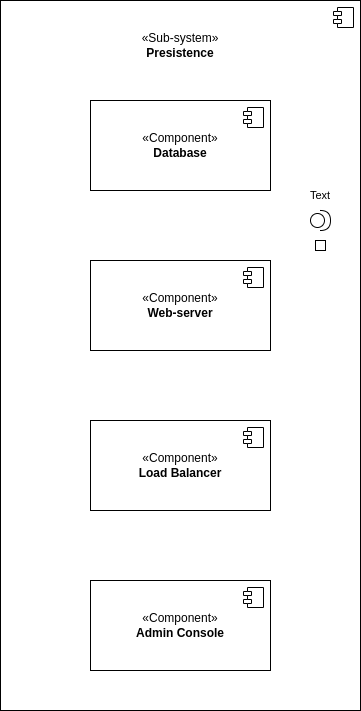
Above: fen/y3/code/2dt902/labs/proj/img/sub-system1.drawio.png in TheFirstFen/lnu (draw.io), before the change. Source tidied: cells renumbered, new cells last; positions are measured from the earlier drawing's top-left corner, leaving out a move shared by most shapes.
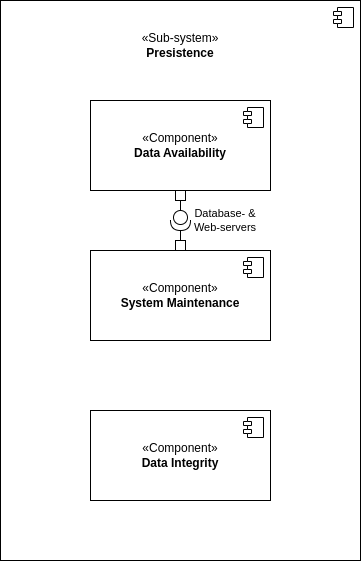
Above is the later version.

Commit message:
working on 2dt902 proj report

What changed in the source:
```diff
@@ -3,7 +3,7 @@
     <mxCell id="0" />
     <mxCell id="1" parent="0" />
     <mxCell id="2" style="html=1;whiteSpace=wrap;" parent="1" vertex="1">
-      <mxGeometry width="360" height="710" as="geometry" />
+      <mxGeometry width="360" height="560" as="geometry" />
     </mxCell>
     <mxCell id="3" style="shape=module;jettyWidth=8;jettyHeight=4;" parent="2" vertex="1">
       <mxGeometry x="1" width="20" height="20" relative="1" as="geometry">
@@ -13,7 +13,7 @@
     <mxCell id="4" value="«Sub-system»&lt;br&gt;&lt;b&gt;Presistence&lt;/b&gt;" style="text;html=1;align=center;verticalAlign=middle;whiteSpace=wrap;rounded=0;" parent="1" vertex="1">
       <mxGeometry x="140" y="30" width="80" height="30" as="geometry" />
     </mxCell>
-    <mxCell id="5" value="«Component»&lt;br&gt;&lt;b&gt;Database&lt;/b&gt;" style="html=1;whiteSpace=wrap;" parent="1" vertex="1">
+    <mxCell id="5" value="«Component»&lt;br&gt;&lt;b&gt;Data Availability&lt;/b&gt;" style="html=1;whiteSpace=wrap;" parent="1" vertex="1">
       <mxGeometry x="90" y="100" width="180" height="90" as="geometry" />
     </mxCell>
     <mxCell id="6" style="shape=module;jettyWidth=8;jettyHeight=4;" parent="5" vertex="1">
@@ -21,38 +21,39 @@
         <mxPoint x="-27" y="7" as="offset" />
       </mxGeometry>
     </mxCell>
-    <mxCell id="7" value="«Component»&lt;br&gt;&lt;b&gt;Web-server&lt;/b&gt;" style="html=1;whiteSpace=wrap;" parent="1" vertex="1">
-      <mxGeometry x="90" y="260" width="180" height="90" as="geometry" />
+    <mxCell id="7" value="«Component»&lt;br&gt;&lt;b&gt;Data Integrity&lt;/b&gt;" style="html=1;whiteSpace=wrap;" parent="1" vertex="1">
+      <mxGeometry x="90" y="410" width="180" height="90" as="geometry" />
     </mxCell>
     <mxCell id="8" style="shape=module;jettyWidth=8;jettyHeight=4;" parent="7" vertex="1">
       <mxGeometry x="1" width="20" height="20" relative="1" as="geometry">
         <mxPoint x="-27" y="7" as="offset" />
       </mxGeometry>
     </mxCell>
-    <mxCell id="9" value="«Component»&lt;br&gt;&lt;b&gt;Load Balancer&lt;/b&gt;" style="html=1;whiteSpace=wrap;" parent="1" vertex="1">
-      <mxGeometry x="90" y="420" width="180" height="90" as="geometry" />
+    <mxCell id="9" value="«Component»&lt;br&gt;&lt;b&gt;System Maintenance&lt;/b&gt;" style="html=1;whiteSpace=wrap;" parent="1" vertex="1">
+      <mxGeometry x="90" y="250" width="180" height="90" as="geometry" />
     </mxCell>
     <mxCell id="10" style="shape=module;jettyWidth=8;jettyHeight=4;" parent="9" vertex="1">
       <mxGeometry x="1" width="20" height="20" relative="1" as="geometry">
         <mxPoint x="-27" y="7" as="offset" />
       </mxGeometry>
     </mxCell>
-    <mxCell id="11" value="«Component»&lt;br&gt;&lt;b&gt;Admin Console&lt;/b&gt;" style="html=1;whiteSpace=wrap;" parent="1" vertex="1">
-      <mxGeometry x="90" y="580" width="180" height="90" as="geometry" />
-    </mxCell>
-    <mxCell id="12" style="shape=module;jettyWidth=8;jettyHeight=4;" parent="11" vertex="1">
-      <mxGeometry x="1" width="20" height="20" relative="1" as="geometry">
-        <mxPoint x="-27" y="7" as="offset" />
-      </mxGeometry>
-    </mxCell>
-    <mxCell id="13" style="shape=providedRequiredInterface;html=1;verticalLabelPosition=bottom;sketch=0;fontFamily=Helvetica;fontSize=11;fontColor=default;labelBackgroundColor=default;" parent="1" vertex="1">
-      <mxGeometry x="310" y="210" width="20" height="20" as="geometry" />
-    </mxCell>
-    <mxCell id="14" value="Text" style="text;html=1;align=center;verticalAlign=middle;whiteSpace=wrap;rounded=0;fontFamily=Helvetica;fontSize=11;fontColor=default;labelBackgroundColor=default;" parent="1" vertex="1">
-      <mxGeometry x="290" y="180" width="60" height="30" as="geometry" />
-    </mxCell>
     <mxCell id="15" style="html=1;whiteSpace=wrap;fontFamily=Helvetica;fontSize=11;fontColor=default;labelBackgroundColor=default;" parent="1" vertex="1">
-      <mxGeometry x="315" y="240" width="10" height="10" as="geometry" />
+      <mxGeometry x="175" y="190" width="10" height="10" as="geometry" />
     </mxCell>
+    <mxCell id="16" style="edgeStyle=orthogonalEdgeStyle;shape=connector;curved=0;rounded=1;jettySize=auto;html=1;exitX=0;exitY=0.5;exitDx=0;exitDy=0;exitPerimeter=0;entryX=0.5;entryY=1;entryDx=0;entryDy=0;strokeColor=default;align=center;verticalAlign=middle;fontFamily=Helvetica;fontSize=11;fontColor=default;labelBackgroundColor=default;endArrow=none;endFill=0;" parent="1" edge="1" source="17" target="15">
+      <mxGeometry relative="1" as="geometry" />
+    </mxCell>
+    <mxCell id="17" style="shape=providedRequiredInterface;html=1;verticalLabelPosition=bottom;sketch=0;fontFamily=Helvetica;fontSize=11;fontColor=default;labelBackgroundColor=default;direction=south;" parent="1" vertex="1">
+      <mxGeometry x="170" y="210" width="20" height="20" as="geometry" />
+    </mxCell>
+    <mxCell id="18" style="html=1;whiteSpace=wrap;fontFamily=Helvetica;fontSize=11;fontColor=default;labelBackgroundColor=default;" parent="1" vertex="1">
+      <mxGeometry x="175" y="240" width="10" height="10" as="geometry" />
+    </mxCell>
+    <mxCell id="19" style="edgeStyle=orthogonalEdgeStyle;shape=connector;curved=0;rounded=1;jettySize=auto;html=1;exitX=0.5;exitY=0;exitDx=0;exitDy=0;entryX=1;entryY=0.5;entryDx=0;entryDy=0;entryPerimeter=0;strokeColor=default;align=center;verticalAlign=middle;fontFamily=Helvetica;fontSize=11;fontColor=default;labelBackgroundColor=default;endArrow=none;endFill=0;" parent="1" edge="1" source="18" target="17">
+      <mxGeometry relative="1" as="geometry" />
+    </mxCell>
+    <mxCell id="20" value="Database- &amp;amp; Web-servers" style="text;html=1;align=center;verticalAlign=middle;whiteSpace=wrap;rounded=0;fontFamily=Helvetica;fontSize=11;fontColor=default;labelBackgroundColor=default;" parent="1" vertex="1">
+      <mxGeometry x="190" y="205" width="70" height="30" as="geometry" />
+    </mxCell>
   </root>
 </mxGraphModel>
```
